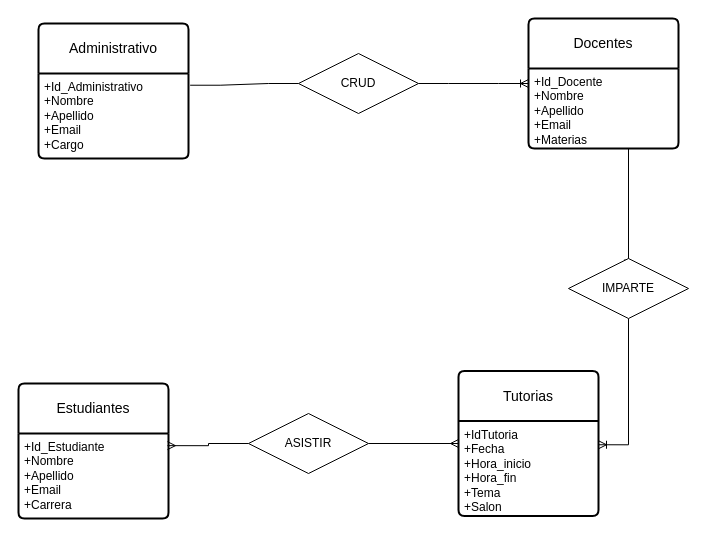
Before: Entidad Relacion Tutorias.drawio in JorgeACastr0/SistemaDeInformacion, a draw.io diagram. Source tidied: cells renumbered, new cells numbered last; positions are measured from the earlier drawing's top-left corner, leaving out a move shared by most shapes. Both pictures are drawn from the tidied source at 100%, with x=0, y=0 at pixel (18, 18).
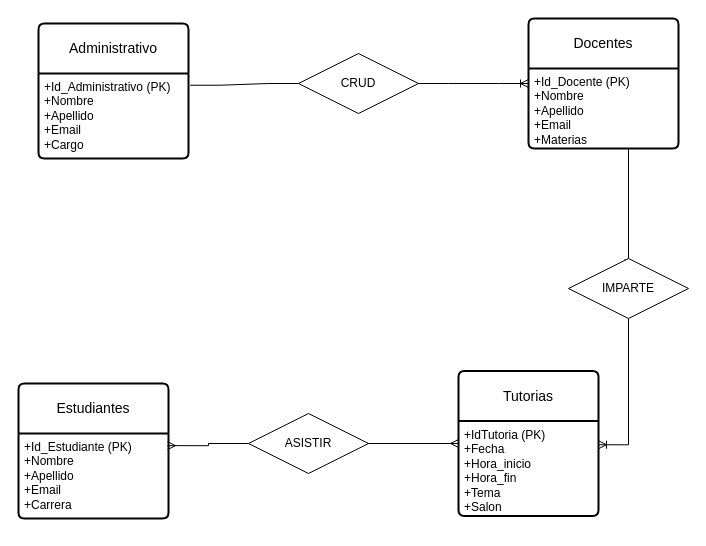
After the change.

The change refers to these unchanged cells:
```xml
<mxCell id="2" value="Tutorias" style="swimlane;horizontal=1;startSize=50;rounded=1;fontSize=14;fontStyle=0;strokeWidth=2;shadow=0;dashed=0;align=center;arcSize=4;whiteSpace=wrap;html=1;" parent="1" vertex="1">
  <mxGeometry x="440" y="352.5" width="140" height="145" as="geometry" />
</mxCell>
<mxCell id="14" value="Docentes" style="swimlane;horizontal=1;startSize=50;rounded=1;fontSize=14;fontStyle=0;strokeWidth=2;shadow=0;dashed=0;align=center;arcSize=4;whiteSpace=wrap;html=1;" parent="1" vertex="1">
  <mxGeometry x="510" width="150" height="130" as="geometry" />
</mxCell>
<mxCell id="16" value="Administrativo" style="swimlane;horizontal=1;startSize=50;rounded=1;fontSize=14;fontStyle=0;strokeWidth=2;shadow=0;dashed=0;align=center;arcSize=4;whiteSpace=wrap;html=1;" parent="1" vertex="1">
  <mxGeometry x="20" y="5" width="150" height="135" as="geometry" />
</mxCell>
<mxCell id="18" value="Estudiantes" style="swimlane;horizontal=1;startSize=50;rounded=1;fontSize=14;fontStyle=0;strokeWidth=2;shadow=0;dashed=0;align=center;arcSize=4;whiteSpace=wrap;html=1;" parent="1" vertex="1">
  <mxGeometry y="365" width="150" height="135" as="geometry" />
</mxCell>
```

Change to the diagram source:
```diff
@@
-    <mxCell id="3" value="+IdTutoria&lt;div&gt;+Fecha&lt;/div&gt;&lt;div&gt;+Hora_inicio&lt;/div&gt;&lt;div&gt;+Hora_fin&lt;/div&gt;&lt;div&gt;+Tema&lt;/div&gt;&lt;div&gt;+Salon&lt;/div&gt;&lt;div&gt;&lt;br&gt;&lt;/div&gt;" style="align=left;strokeColor=none;fillColor=none;spacingLeft=4;fontSize=12;verticalAlign=top;html=1;" parent="2" vertex="1">
+    <mxCell id="3" value="+IdTutoria (PK)&lt;div&gt;+Fecha&lt;/div&gt;&lt;div&gt;+Hora_inicio&lt;/div&gt;&lt;div&gt;+Hora_fin&lt;/div&gt;&lt;div&gt;+Tema&lt;/div&gt;&lt;div&gt;+Salon&lt;/div&gt;&lt;div&gt;&lt;br&gt;&lt;/div&gt;" style="align=left;strokeColor=none;fillColor=none;spacingLeft=4;fontSize=12;verticalAlign=top;html=1;" parent="2" vertex="1">
       <mxGeometry y="50" width="140" height="95" as="geometry" />
     </mxCell>
@@
-    <mxCell id="15" value="+Id_Docente&lt;br&gt;+Nombre&lt;br&gt;+Apellido&lt;div&gt;+Email&lt;/div&gt;&lt;div&gt;+Materias&lt;/div&gt;&lt;div&gt;&lt;br&gt;&lt;div&gt;&lt;br&gt;&lt;/div&gt;&lt;/div&gt;" style="align=left;strokeColor=none;fillColor=none;spacingLeft=4;fontSize=12;verticalAlign=top;html=1;" parent="14" vertex="1">
+    <mxCell id="15" value="+Id_Docente (PK)&lt;br&gt;+Nombre&lt;br&gt;+Apellido&lt;div&gt;+Email&lt;/div&gt;&lt;div&gt;+Materias&lt;/div&gt;&lt;div&gt;&lt;br&gt;&lt;div&gt;&lt;br&gt;&lt;/div&gt;&lt;/div&gt;" style="align=left;strokeColor=none;fillColor=none;spacingLeft=4;fontSize=12;verticalAlign=top;html=1;" parent="14" vertex="1">
       <mxGeometry y="50" width="150" height="80" as="geometry" />
     </mxCell>
@@
-    <mxCell id="17" value="+Id_Administrativo&lt;br&gt;+Nombre&lt;br&gt;+Apellido&lt;div&gt;+Email&lt;/div&gt;&lt;div&gt;+Cargo&lt;/div&gt;" style="align=left;strokeColor=none;fillColor=none;spacingLeft=4;fontSize=12;verticalAlign=top;html=1;" parent="16" vertex="1">
+    <mxCell id="17" value="+Id_Administrativo (PK)&lt;br&gt;+Nombre&lt;br&gt;+Apellido&lt;div&gt;+Email&lt;/div&gt;&lt;div&gt;+Cargo&lt;/div&gt;" style="align=left;strokeColor=none;fillColor=none;spacingLeft=4;fontSize=12;verticalAlign=top;html=1;" parent="16" vertex="1">
       <mxGeometry y="50" width="150" height="85" as="geometry" />
     </mxCell>
@@
-    <mxCell id="19" value="+Id_Estudiante&lt;br&gt;+Nombre&lt;br&gt;+Apellido&lt;div&gt;+Email&lt;/div&gt;&lt;div&gt;+Carrera&lt;/div&gt;" style="align=left;strokeColor=none;fillColor=none;spacingLeft=4;fontSize=12;verticalAlign=top;html=1;" parent="18" vertex="1">
+    <mxCell id="19" value="+Id_Estudiante (PK)&lt;br&gt;+Nombre&lt;br&gt;+Apellido&lt;div&gt;+Email&lt;/div&gt;&lt;div&gt;+Carrera&lt;/div&gt;" style="align=left;strokeColor=none;fillColor=none;spacingLeft=4;fontSize=12;verticalAlign=top;html=1;" parent="18" vertex="1">
       <mxGeometry y="50" width="150" height="85" as="geometry" />
     </mxCell>
```
